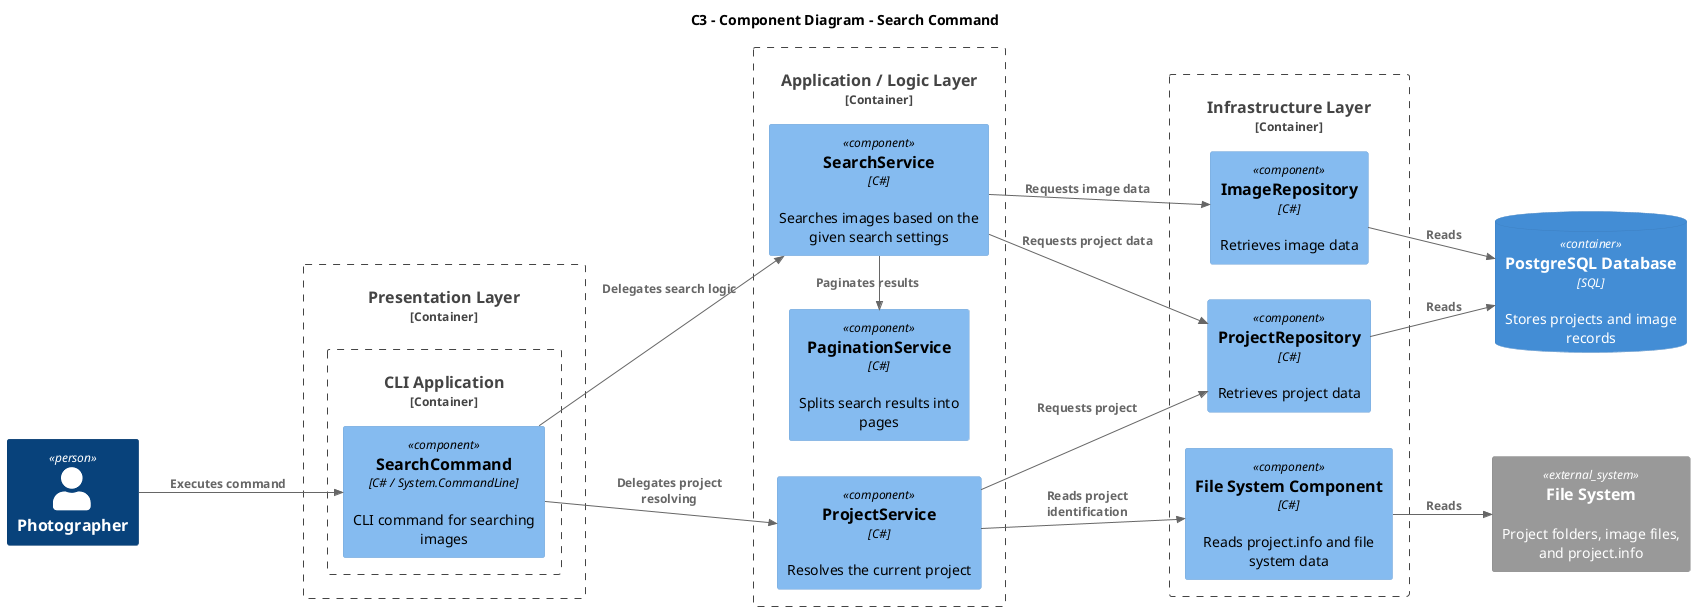
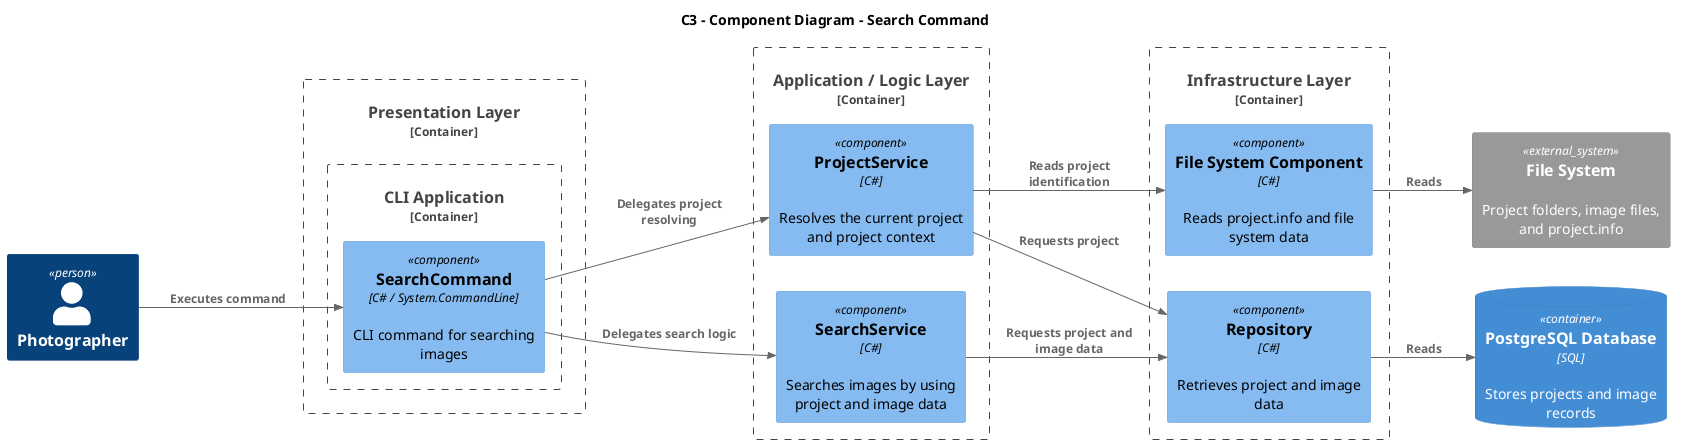
﻿@startuml C3_SearchCommand
!include <C4/C4_Component>

title C3 - Component Diagram - Search Command

LAYOUT_LEFT_RIGHT()

Person(user, "Photographer")

Container_Boundary(presentation, "Presentation Layer") {
    Container_Boundary(cli, "CLI Application") {
        Component(searchCommand, "SearchCommand", "C# / System.CommandLine", "CLI command for searching images")
    }
}

Container_Boundary(application, "Application / Logic Layer") {
-     Component(projectService, "ProjectService", "C#", "Resolves the current project")
-     Component(searchService, "SearchService", "C#", "Searches images based on the given search settings")
-     Component(paginationService, "PaginationService", "C#", "Splits search results into pages")
+     Component(projectService, "ProjectService", "C#", "Resolves the current project and project context")
+     Component(searchService, "SearchService", "C#", "Searches images by using project and image data")
}

Container_Boundary(infra, "Infrastructure Layer") {
-     Component(projectRepository, "ProjectRepository", "C#", "Retrieves project data")
-     Component(imageRepository, "ImageRepository", "C#", "Retrieves image data")
+     Component(repository, "Repository", "C#", "Retrieves project and image data")
    Component(fileSystem, "File System Component", "C#", "Reads project.info and file system data")
}

ContainerDb(database, "PostgreSQL Database", "SQL", "Stores projects and image records")
System_Ext(fs, "File System", "Project folders, image files, and project.info")

Rel(user, searchCommand, "Executes command")

Rel(searchCommand, projectService, "Delegates project resolving")
Rel(searchCommand, searchService, "Delegates search logic")

Rel(projectService, fileSystem, "Reads project identification")
- Rel(projectService, projectRepository, "Requests project")
+ Rel(projectService, repository, "Requests project")

- Rel(searchService, projectRepository, "Requests project data")
- Rel(searchService, imageRepository, "Requests image data")
- Rel_L(searchService, paginationService, "Paginates results")
+ Rel(searchService, repository, "Requests project and image data")

- Rel(projectRepository, database, "Reads")
- Rel(imageRepository, database, "Reads")
+ Rel(repository, database, "Reads")
Rel(fileSystem, fs, "Reads")

@enduml